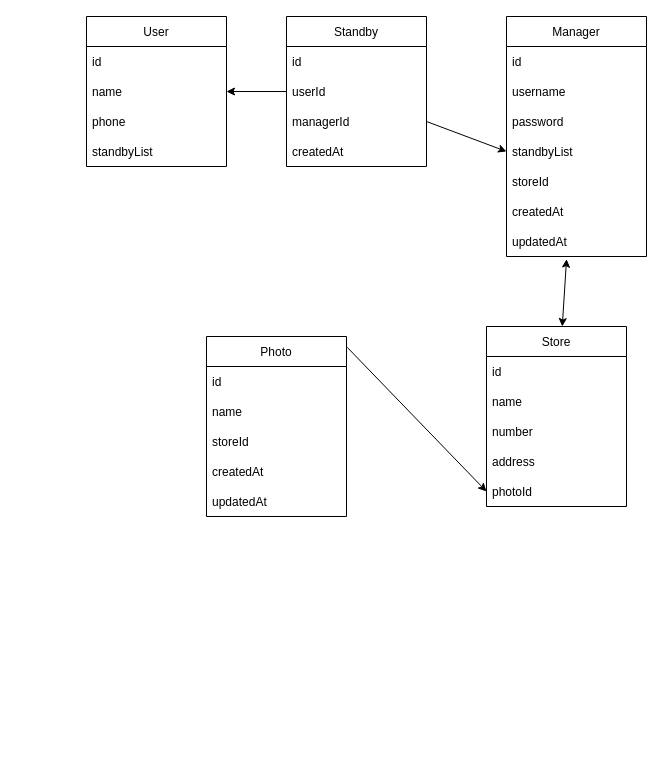
Earlier version of the draw.io diagram plan.dio (jinwanseo/2023-practice). Source tidied: cells renumbered, new cells numbered last; positions are measured from the earlier drawing's top-left corner, leaving out a move shared by most shapes. Both pictures are drawn from the tidied source at 100%, with x=0, y=0 at pixel (86, 16).
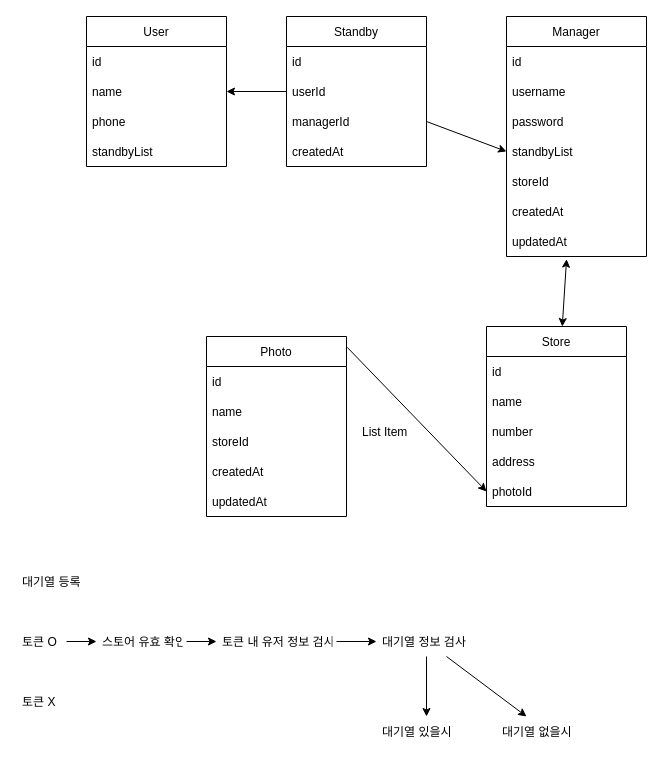
The same diagram, later.

The edit, as a diff of the source:
```diff
@@
+    <mxCell id="36" value="List Item" style="text;strokeColor=none;fillColor=none;align=left;verticalAlign=middle;spacingLeft=4;spacingRight=4;overflow=hidden;" parent="1" vertex="1">
+      <mxGeometry x="270" y="400" width="80" height="30" as="geometry" />
+    </mxCell>
+    <mxCell id="37" value="대기열 등록" style="text;strokeColor=none;fillColor=none;align=left;verticalAlign=middle;spacingLeft=4;spacingRight=4;overflow=hidden;" parent="1" vertex="1">
+      <mxGeometry x="-70" y="550" width="80" height="30" as="geometry" />
+    </mxCell>
+    <mxCell id="38" style="edgeStyle=none;html=1;" parent="1" edge="1" source="39" target="42">
+      <mxGeometry relative="1" as="geometry" />
+    </mxCell>
+    <mxCell id="39" value="토큰 O" style="text;strokeColor=none;fillColor=none;align=left;verticalAlign=middle;spacingLeft=4;spacingRight=4;overflow=hidden;points=[[0,0.5],[1,0.5]];portConstraint=eastwest;" parent="1" vertex="1">
+      <mxGeometry x="-70" y="610" width="50" height="30" as="geometry" />
+    </mxCell>
+    <mxCell id="40" value="토큰 X" style="text;strokeColor=none;fillColor=none;align=left;verticalAlign=middle;spacingLeft=4;spacingRight=4;overflow=hidden;" parent="1" vertex="1">
+      <mxGeometry x="-70" y="670" width="80" height="30" as="geometry" />
+    </mxCell>
+    <mxCell id="41" style="edgeStyle=none;html=1;" parent="1" edge="1" source="42" target="44">
+      <mxGeometry relative="1" as="geometry" />
+    </mxCell>
+    <mxCell id="42" value="스토어 유효 확인" style="text;strokeColor=none;fillColor=none;align=left;verticalAlign=middle;spacingLeft=4;spacingRight=4;overflow=hidden;points=[[0,0.5],[1,0.5]];portConstraint=eastwest;" parent="1" vertex="1">
+      <mxGeometry x="10" y="610" width="90" height="30" as="geometry" />
+    </mxCell>
+    <mxCell id="43" style="edgeStyle=none;html=1;" parent="1" edge="1" source="44" target="47">
+      <mxGeometry relative="1" as="geometry" />
+    </mxCell>
+    <mxCell id="44" value="토큰 내 유저 정보 검사" style="text;strokeColor=none;fillColor=none;align=left;verticalAlign=middle;spacingLeft=4;spacingRight=4;overflow=hidden;points=[[0,0.5],[1,0.5]];portConstraint=eastwest;" parent="1" vertex="1">
+      <mxGeometry x="130" y="610" width="120" height="30" as="geometry" />
+    </mxCell>
+    <mxCell id="45" style="edgeStyle=none;html=1;" parent="1" edge="1" source="47" target="48">
+      <mxGeometry relative="1" as="geometry" />
+    </mxCell>
+    <mxCell id="46" style="edgeStyle=none;html=1;" parent="1" edge="1" source="47" target="49">
+      <mxGeometry relative="1" as="geometry" />
+    </mxCell>
+    <mxCell id="47" value="대기열 정보 검사" style="text;strokeColor=none;fillColor=none;align=left;verticalAlign=middle;spacingLeft=4;spacingRight=4;overflow=hidden;points=[[0,0.5],[1,0.5]];portConstraint=eastwest;" parent="1" vertex="1">
+      <mxGeometry x="290" y="610" width="100" height="30" as="geometry" />
+    </mxCell>
+    <mxCell id="48" value="대기열 있을시" style="text;strokeColor=none;fillColor=none;align=left;verticalAlign=middle;spacingLeft=4;spacingRight=4;overflow=hidden;points=[[0,0.5],[1,0.5]];portConstraint=eastwest;" parent="1" vertex="1">
+      <mxGeometry x="290" y="700" width="100" height="30" as="geometry" />
+    </mxCell>
+    <mxCell id="49" value="대기열 없을시" style="text;strokeColor=none;fillColor=none;align=left;verticalAlign=middle;spacingLeft=4;spacingRight=4;overflow=hidden;points=[[0,0.5],[1,0.5]];portConstraint=eastwest;" parent="1" vertex="1">
+      <mxGeometry x="410" y="700" width="100" height="30" as="geometry" />
+    </mxCell>
```
